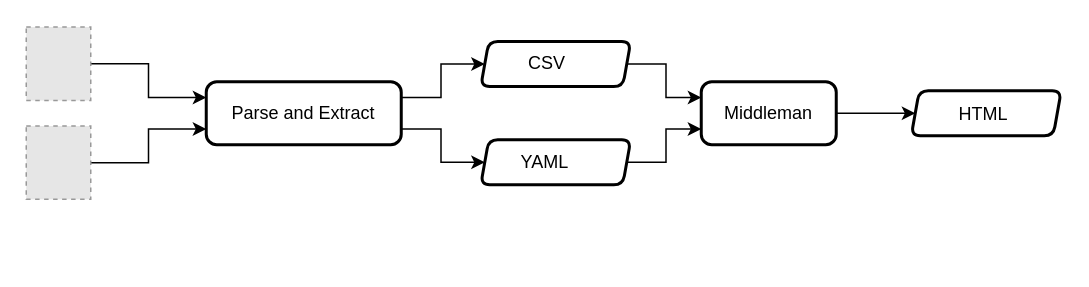
This is page "Architecture" (2 of 2) of Architecture.drawio from kandiu/draw.io, a draw.io file, before an edit. Source tidied: cells renumbered, new cells numbered last; positions are measured from the earlier drawing's top-left corner, leaving out a move shared by most shapes. Both pictures are drawn from the tidied source at 150%, with x=0, y=0 at pixel (26, 27). Pictures stored in the file or linked from it are replaced by grey dashed boxes.
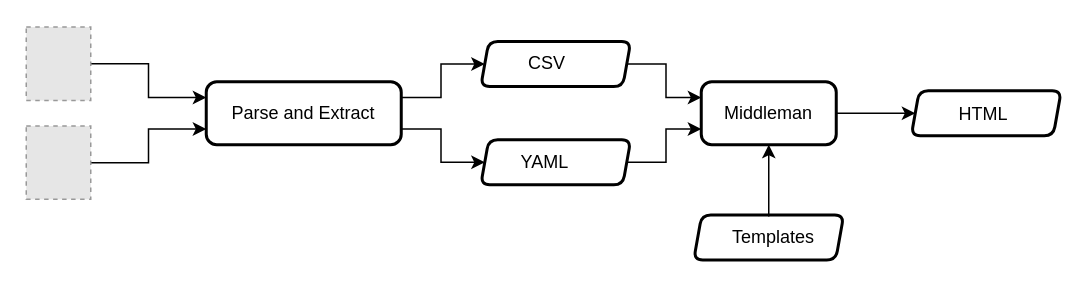
The same page after the edit.

The change refers to these unchanged cells:
```xml
<mxCell id="10" value="Middleman" style="rounded=1;whiteSpace=wrap;html=1;absoluteArcSize=1;arcSize=14;strokeWidth=2;" parent="1" vertex="1">
  <mxGeometry x="450" y="36" width="90" height="42" as="geometry" />
</mxCell>
```

The edit, as a diff of the source:
```diff
@@
+    <mxCell id="22" style="group;" parent="1" vertex="1">
+      <mxGeometry x="445" y="124.8" width="100" height="30" as="geometry" />
+    </mxCell>
+    <mxCell id="23" style="verticalLabelPosition=bottom;verticalAlign=top;html=1;strokeWidth=2;shape=parallelogram;perimeter=parallelogramPerimeter;whiteSpace=wrap;rounded=1;arcSize=12;size=0.05333333333333334;" parent="22" vertex="1">
+      <mxGeometry width="100" height="30" as="geometry" />
+    </mxCell>
+    <mxCell id="24" value="Templates" style="text;html=1;" parent="22" vertex="1">
+      <mxGeometry x="24" y="1" width="52" height="28" as="geometry" />
+    </mxCell>
+    <mxCell id="25" style="edgeStyle=orthogonalEdgeStyle;rounded=0;jettySize=auto;html=1;exitX=0.5;exitY=0;exitDx=0;exitDy=0;entryX=0.5;entryY=1;entryDx=0;entryDy=0;" parent="1" edge="1" source="24" target="10">
+      <mxGeometry relative="1" as="geometry" />
+    </mxCell>
```
